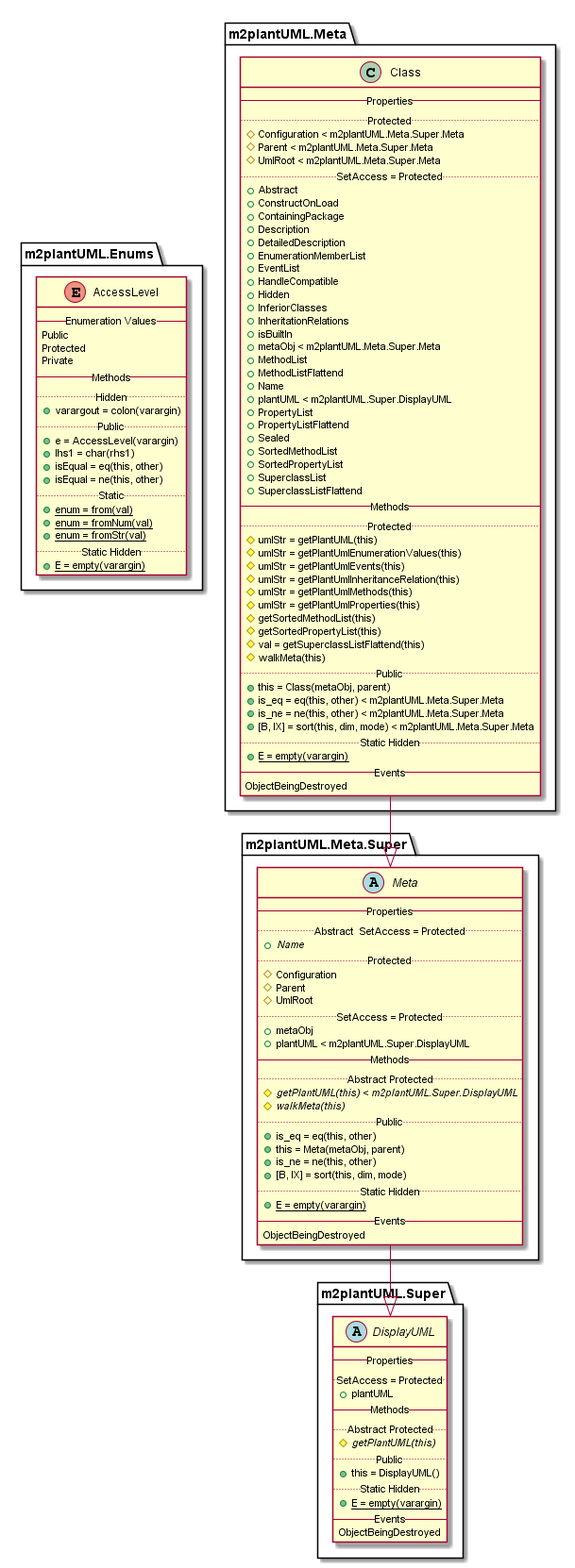
The PlantUML diagram doc/uml-examples/export-class-IgnoreBuiltInClass-true.png in flxdot/matdoc, before a commit. The source it was exported from:
```plantuml
@startuml

enum m2plantUML.Enums.AccessLevel {
   -- Enumeration Values --
   Public
   Protected
   Private
   -- Methods --
   .. Hidden ..
   {method} + varargout = colon(varargin)
   .. Public ..
   {method} + e = AccessLevel(varargin)
   {method} + lhs1 = char(rhs1)
   {method} + isEqual = eq(this, other)
   {method} + isEqual = ne(this, other)
   .. Static ..
   {method}{static} + enum = from(val)
   {method}{static} + enum = fromNum(val)
   {method}{static} + enum = fromStr(val)
   .. Static Hidden ..
   {method}{static} + E = empty(varargin)
}


class m2plantUML.Meta.Class {
   -- Properties --
   .. Protected ..
   {field} # Configuration < m2plantUML.Meta.Super.Meta
   {field} # Parent < m2plantUML.Meta.Super.Meta
   {field} # UmlRoot < m2plantUML.Meta.Super.Meta
   .. SetAccess = Protected ..
   {field} + Abstract
   {field} + ConstructOnLoad
   {field} + ContainingPackage
   {field} + Description
   {field} + DetailedDescription
   {field} + EnumerationMemberList
   {field} + EventList
   {field} + HandleCompatible
   {field} + Hidden
   {field} + InferiorClasses
   {field} + InheritationRelations
   {field} + isBuiltIn
   {field} + metaObj < m2plantUML.Meta.Super.Meta
   {field} + MethodList
   {field} + MethodListFlattend
   {field} + Name
   {field} + plantUML < m2plantUML.Super.DisplayUML
   {field} + PropertyList
   {field} + PropertyListFlattend
   {field} + Sealed
   {field} + SortedMethodList
   {field} + SortedPropertyList
   {field} + SuperclassList
   {field} + SuperclassListFlattend
   -- Methods --
   .. Protected ..
   {method} # umlStr = getPlantUML(this)
   {method} # umlStr = getPlantUmlEnumerationValues(this)
   {method} # umlStr = getPlantUmlEvents(this)
   {method} # umlStr = getPlantUmlInheritanceRelation(this)
   {method} # umlStr = getPlantUmlMethods(this)
   {method} # umlStr = getPlantUmlProperties(this)
   {method} # getSortedMethodList(this)
   {method} # getSortedPropertyList(this)
   {method} # val = getSuperclassListFlattend(this)
   {method} # walkMeta(this)
   .. Public ..
   {method} + this = Class(metaObj, parent)
   {method} + is_eq = eq(this, other) < m2plantUML.Meta.Super.Meta
   {method} + is_ne = ne(this, other) < m2plantUML.Meta.Super.Meta
   {method} + [B, IX] = sort(this, dim, mode) < m2plantUML.Meta.Super.Meta
   .. Static Hidden ..
   {method}{static} + E = empty(varargin)
   -- Events --
   ObjectBeingDestroyed
}

m2plantUML.Meta.Class --|> m2plantUML.Meta.Super.Meta

abstract class m2plantUML.Meta.Super.Meta {
   -- Properties --
   .. Abstract  SetAccess = Protected ..
   {field}{abstract} + Name
   .. Protected ..
   {field} # Configuration
   {field} # Parent
   {field} # UmlRoot
   .. SetAccess = Protected ..
   {field} + metaObj
   {field} + plantUML < m2plantUML.Super.DisplayUML
   -- Methods --
   .. Abstract Protected ..
   {method}{abstract} # getPlantUML(this) < m2plantUML.Super.DisplayUML
   {method}{abstract} # walkMeta(this)
   .. Public ..
   {method} + is_eq = eq(this, other)
   {method} + this = Meta(metaObj, parent)
   {method} + is_ne = ne(this, other)
   {method} + [B, IX] = sort(this, dim, mode)
   .. Static Hidden ..
   {method}{static} + E = empty(varargin)
   -- Events --
   ObjectBeingDestroyed
}

m2plantUML.Meta.Super.Meta --|> m2plantUML.Super.DisplayUML

abstract class m2plantUML.Super.DisplayUML {
   -- Properties --
   .. SetAccess = Protected ..
   {field} + plantUML
   -- Methods --
   .. Abstract Protected ..
   {method}{abstract} # getPlantUML(this)
   .. Public ..
   {method} + this = DisplayUML()
   .. Static Hidden ..
   {method}{static} + E = empty(varargin)
   -- Events --
   ObjectBeingDestroyed
}


@enduml
```
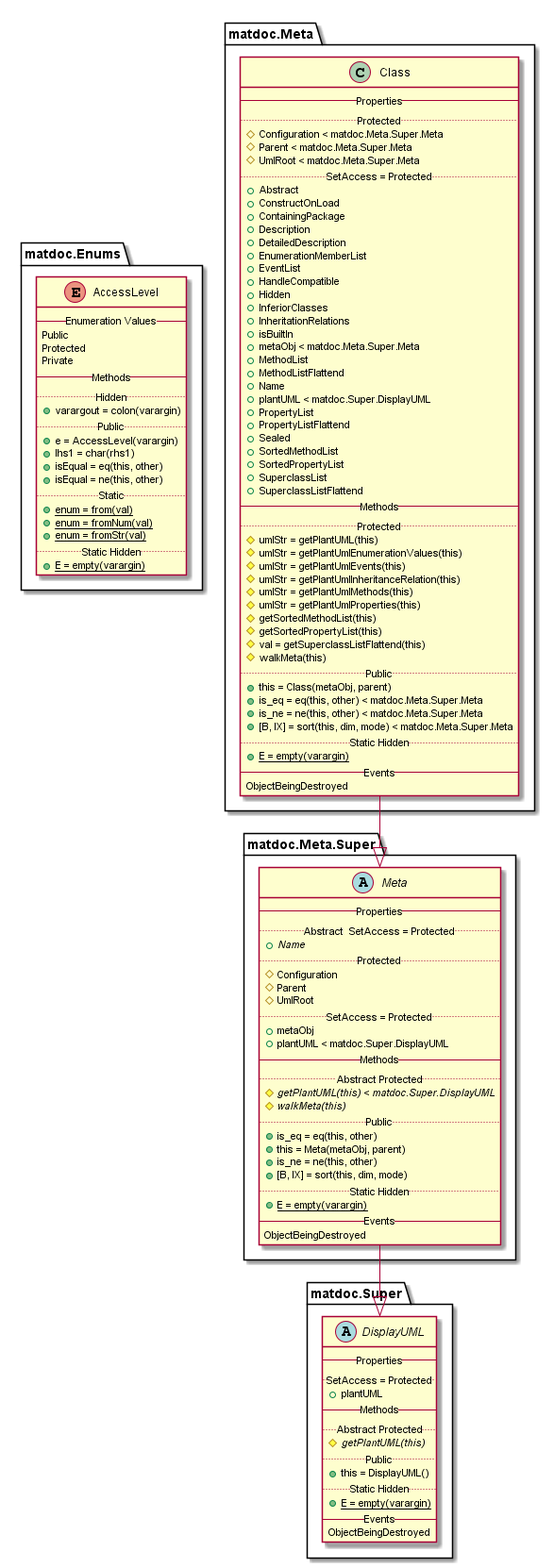
The same file after the commit.

What changed in the source:
```diff
@@ -1,6 +1,6 @@
 @startuml
 
-enum m2plantUML.Enums.AccessLevel {
+enum matdoc.Enums.AccessLevel {
    -- Enumeration Values --
    Public
    Protected
@@ -22,12 +22,12 @@
 }
 
 
-class m2plantUML.Meta.Class {
+class matdoc.Meta.Class {
    -- Properties --
    .. Protected ..
-   {field} # Configuration < m2plantUML.Meta.Super.Meta
-   {field} # Parent < m2plantUML.Meta.Super.Meta
-   {field} # UmlRoot < m2plantUML.Meta.Super.Meta
+   {field} # Configuration < matdoc.Meta.Super.Meta
+   {field} # Parent < matdoc.Meta.Super.Meta
+   {field} # UmlRoot < matdoc.Meta.Super.Meta
    .. SetAccess = Protected ..
    {field} + Abstract
    {field} + ConstructOnLoad
@@ -41,11 +41,11 @@
    {field} + InferiorClasses
    {field} + InheritationRelations
    {field} + isBuiltIn
-   {field} + metaObj < m2plantUML.Meta.Super.Meta
+   {field} + metaObj < matdoc.Meta.Super.Meta
    {field} + MethodList
    {field} + MethodListFlattend
    {field} + Name
-   {field} + plantUML < m2plantUML.Super.DisplayUML
+   {field} + plantUML < matdoc.Super.DisplayUML
    {field} + PropertyList
    {field} + PropertyListFlattend
    {field} + Sealed
@@ -67,18 +67,18 @@
    {method} # walkMeta(this)
    .. Public ..
    {method} + this = Class(metaObj, parent)
-   {method} + is_eq = eq(this, other) < m2plantUML.Meta.Super.Meta
-   {method} + is_ne = ne(this, other) < m2plantUML.Meta.Super.Meta
-   {method} + [B, IX] = sort(this, dim, mode) < m2plantUML.Meta.Super.Meta
+   {method} + is_eq = eq(this, other) < matdoc.Meta.Super.Meta
+   {method} + is_ne = ne(this, other) < matdoc.Meta.Super.Meta
+   {method} + [B, IX] = sort(this, dim, mode) < matdoc.Meta.Super.Meta
    .. Static Hidden ..
    {method}{static} + E = empty(varargin)
    -- Events --
    ObjectBeingDestroyed
 }
 
-m2plantUML.Meta.Class --|> m2plantUML.Meta.Super.Meta
+matdoc.Meta.Class --|> matdoc.Meta.Super.Meta
 
-abstract class m2plantUML.Meta.Super.Meta {
+abstract class matdoc.Meta.Super.Meta {
    -- Properties --
    .. Abstract  SetAccess = Protected ..
    {field}{abstract} + Name
@@ -88,10 +88,10 @@
    {field} # UmlRoot
    .. SetAccess = Protected ..
    {field} + metaObj
-   {field} + plantUML < m2plantUML.Super.DisplayUML
+   {field} + plantUML < matdoc.Super.DisplayUML
    -- Methods --
    .. Abstract Protected ..
-   {method}{abstract} # getPlantUML(this) < m2plantUML.Super.DisplayUML
+   {method}{abstract} # getPlantUML(this) < matdoc.Super.DisplayUML
    {method}{abstract} # walkMeta(this)
    .. Public ..
    {method} + is_eq = eq(this, other)
@@ -104,9 +104,9 @@
    ObjectBeingDestroyed
 }
 
-m2plantUML.Meta.Super.Meta --|> m2plantUML.Super.DisplayUML
+matdoc.Meta.Super.Meta --|> matdoc.Super.DisplayUML
 
-abstract class m2plantUML.Super.DisplayUML {
+abstract class matdoc.Super.DisplayUML {
    -- Properties --
    .. SetAccess = Protected ..
    {field} + plantUML
```
